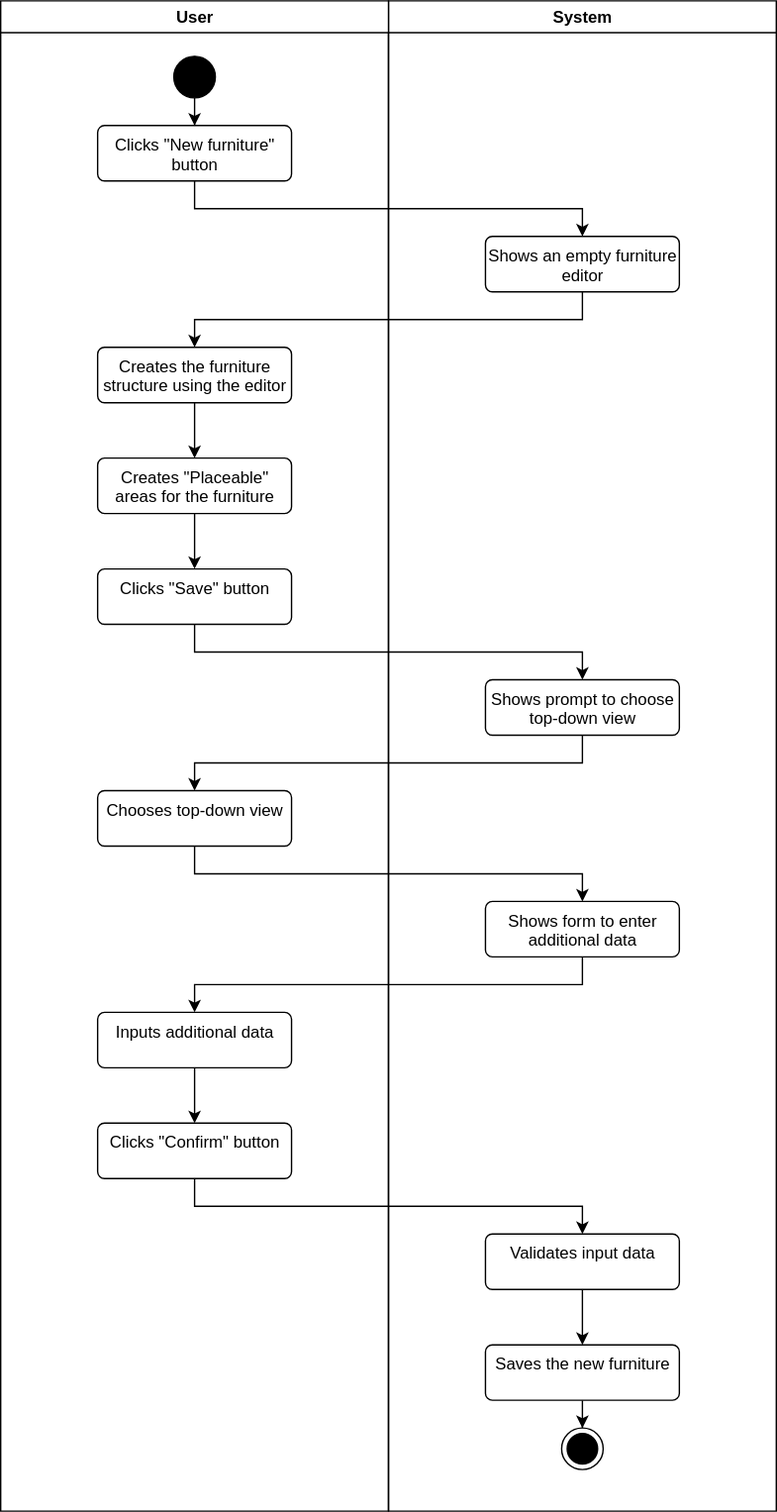
The draw.io diagram diagrams/edit-shape.svg in notSnuffy/Warehouse-Manager, before a commit. Source tidied: cells renumbered, new cells last; positions are measured from the earlier drawing's top-left corner, leaving out a move shared by most shapes.
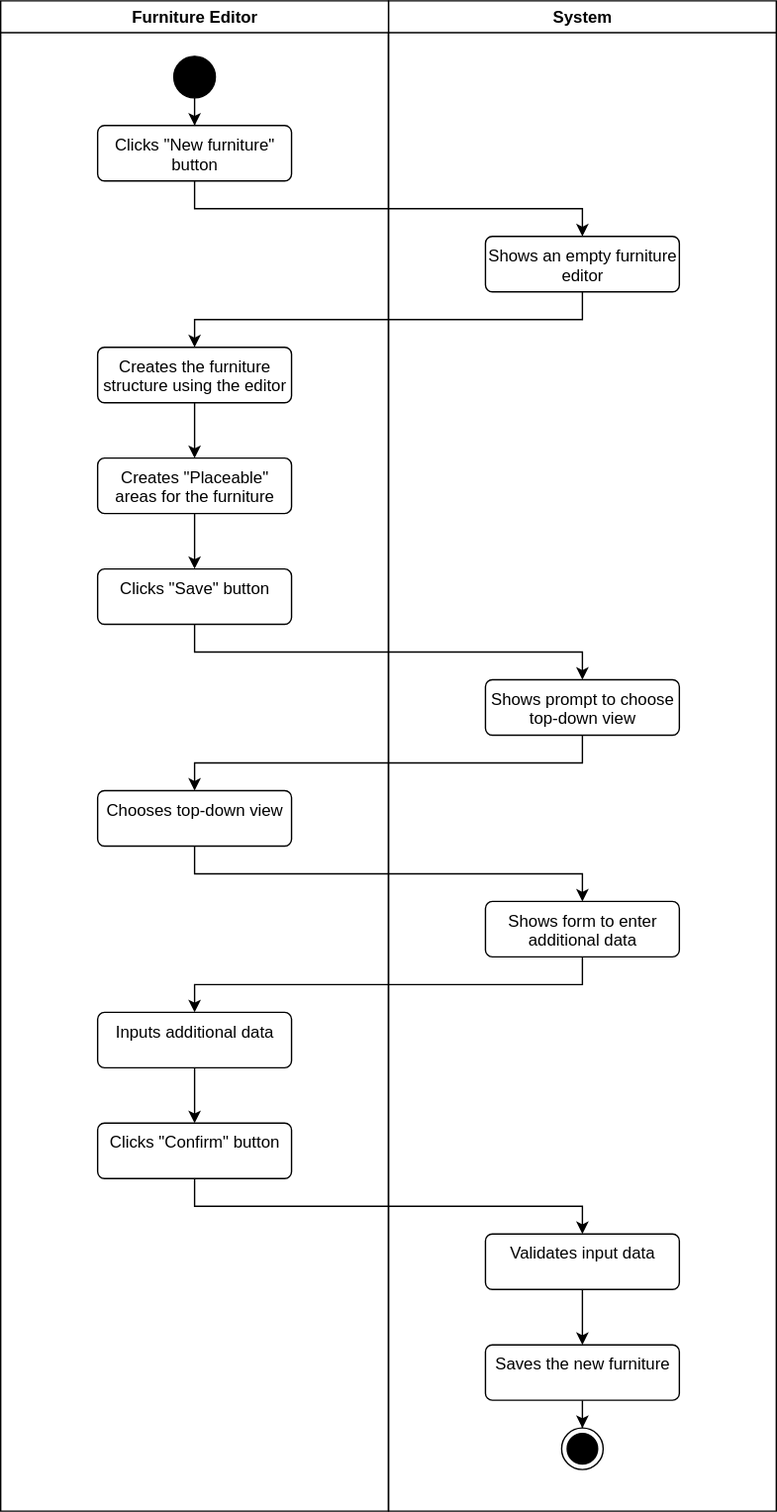
The same diagram one commit later.

Diff of the diagram source:
```diff
@@ -29,7 +29,7 @@
     <mxCell id="10" value="Shows prompt to choose top-down view" style="html=1;align=center;verticalAlign=top;rounded=1;absoluteArcSize=1;arcSize=10;dashed=0;whiteSpace=wrap;labelBackgroundColor=none;strokeColor=light-dark(#000000,#000000);" parent="2" vertex="1">
       <mxGeometry x="70" y="490" width="140" height="40" as="geometry" />
     </mxCell>
-    <mxCell id="11" value="User" style="swimlane;whiteSpace=wrap;labelBackgroundColor=none;rounded=0;strokeColor=light-dark(#000000,#000000);" parent="1" vertex="1">
+    <mxCell id="11" value="Furniture Editor" style="swimlane;whiteSpace=wrap;labelBackgroundColor=none;rounded=0;strokeColor=light-dark(#000000,#000000);" parent="1" vertex="1">
       <mxGeometry width="280" height="1090" as="geometry" />
     </mxCell>
     <mxCell id="12" style="edgeStyle=orthogonalEdgeStyle;rounded=0;jettySize=auto;html=1;labelBackgroundColor=none;fontColor=default;strokeColor=light-dark(#000000,#000000);" parent="11" edge="1" source="13" target="14">
```
